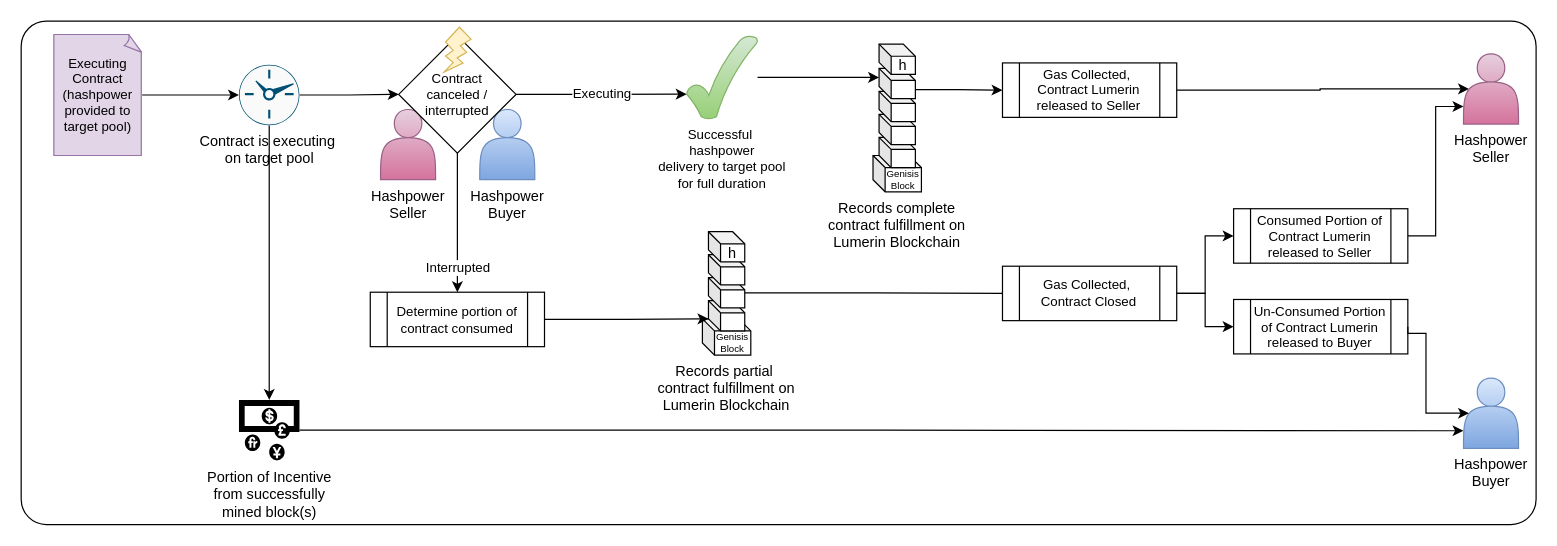
Before: page "ContractState" (9 of 9) of source/macro.drawio in abs2023/tdocs, a draw.io diagram. Source tidied: cells renumbered, new cells numbered last; positions are measured from the earlier drawing's top-left corner, leaving out a move shared by most shapes. Both pictures are drawn from the tidied source at 121%, with x=0, y=0 at pixel (21, 21).
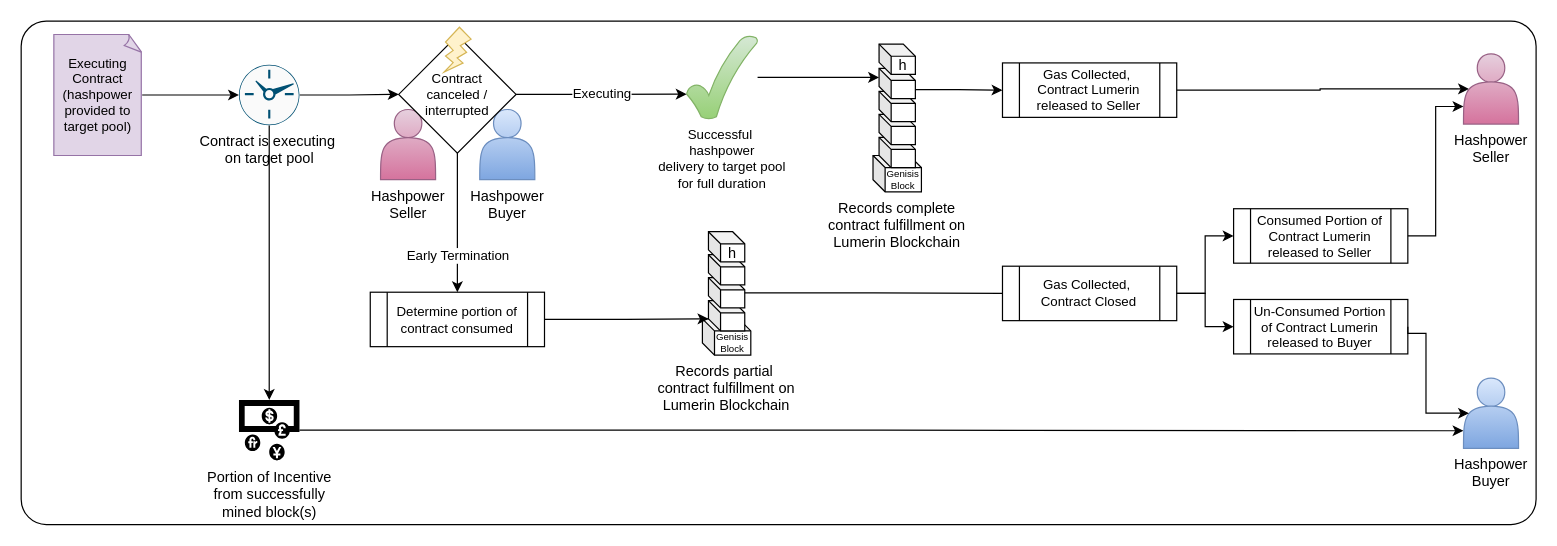
The same diagram, later.

Unchanged cells that the change refers to:
```xml
<mxCell id="15" value="Contract &lt;br&gt;canceled / interrupted" style="rhombus;whiteSpace=wrap;html=1;labelBackgroundColor=none;sketch=0;verticalAlign=middle;fontSize=11;" parent="12" vertex="1">
  <mxGeometry x="15" width="97" height="97" as="geometry" />
</mxCell>
<mxCell id="37" value="Determine portion of contract consumed" style="shape=process;whiteSpace=wrap;html=1;backgroundOutline=1;labelBackgroundColor=none;sketch=0;fontSize=11;fillColor=none;verticalAlign=middle;" parent="1" vertex="1">
  <mxGeometry x="288.5" y="224" width="144" height="45" as="geometry" />
</mxCell>
```

The edit, as a diff of the source:
```diff
@@
-    <mxCell id="38" value="Interrupted" style="edgeStyle=orthogonalEdgeStyle;rounded=0;jettySize=auto;html=1;fontSize=11;startArrow=none;startFill=0;" parent="1" edge="1" source="15" target="37">
-      <mxGeometry x="0.66" relative="1" as="geometry" />
+    <mxCell id="38" value="Early Termination" style="edgeStyle=orthogonalEdgeStyle;rounded=0;jettySize=auto;html=1;fontSize=11;startArrow=none;startFill=0;" parent="1" edge="1" source="15" target="37">
+      <mxGeometry x="0.48" relative="1" as="geometry" />
     </mxCell>
```
